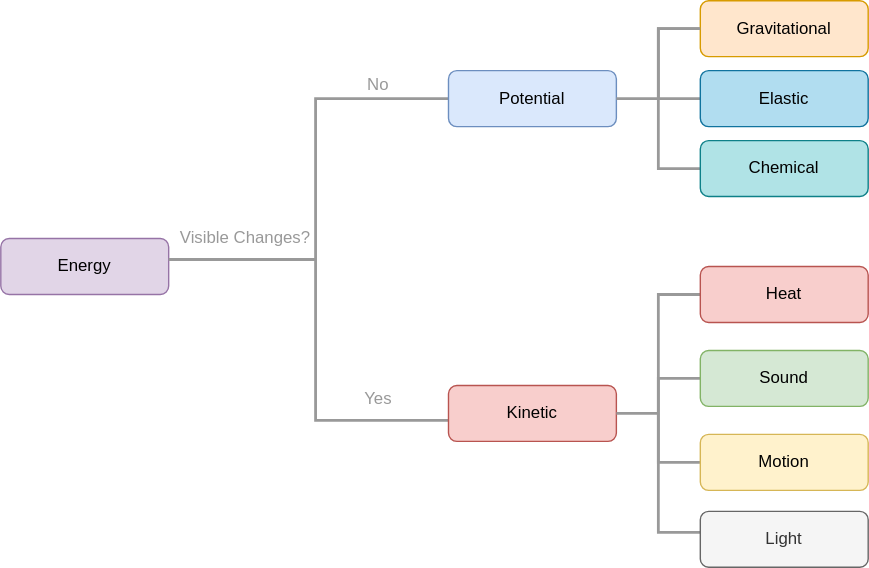
Above: images/svg/energy-tree-diagram.svg in psharma04/schoolnotes-cdn (draw.io), before the change. Source tidied: cells renumbered, new cells last; positions are measured from the earlier drawing's top-left corner, leaving out a move shared by most shapes.
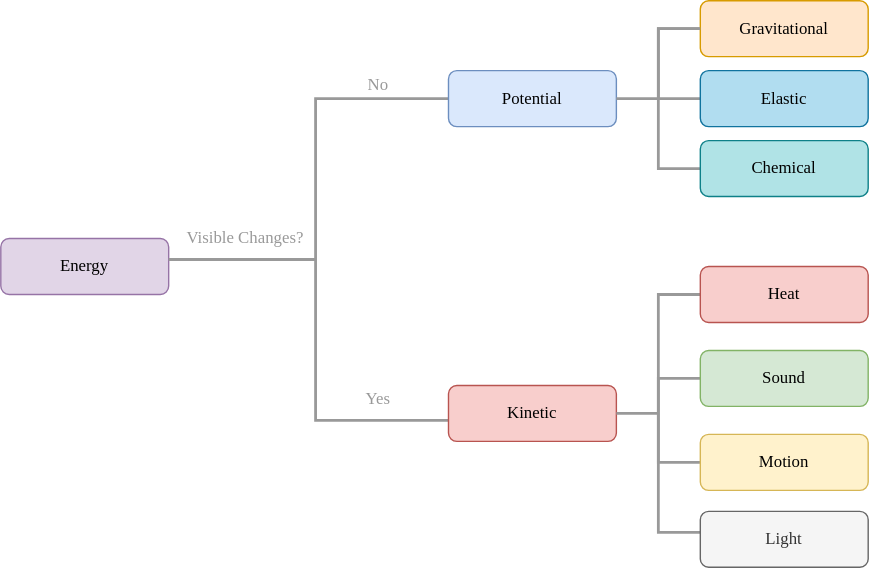
After the commit.

Change to the diagram source:
```diff
@@ -2,40 +2,40 @@
   <root>
     <mxCell id="0" />
     <mxCell id="1" parent="0" />
-    <mxCell id="2" value="Energy" style="rounded=1;whiteSpace=wrap;html=1;fontSize=12;glass=0;strokeWidth=1;shadow=0;fillColor=#e1d5e7;strokeColor=#9673a6;" parent="1" vertex="1">
+    <mxCell id="2" value="&lt;font face=&quot;Ubuntu&quot;&gt;Energy&lt;/font&gt;" style="rounded=1;whiteSpace=wrap;html=1;fontSize=12;glass=0;strokeWidth=1;shadow=0;fillColor=#e1d5e7;strokeColor=#9673a6;" parent="1" vertex="1">
       <mxGeometry y="170" width="120" height="40" as="geometry" />
     </mxCell>
     <mxCell id="3" style="strokeWidth=2;html=1;shape=mxgraph.flowchart.annotation_2;align=left;labelPosition=right;fillColor=none;strokeColor=#999999;" parent="1" vertex="1">
       <mxGeometry x="120" y="70" width="210" height="230" as="geometry" />
     </mxCell>
-    <mxCell id="4" value="Potential" style="rounded=1;whiteSpace=wrap;html=1;fontSize=12;glass=0;strokeWidth=1;shadow=0;fillColor=#dae8fc;strokeColor=#6c8ebf;" parent="1" vertex="1">
+    <mxCell id="4" value="Potential" style="rounded=1;whiteSpace=wrap;html=1;fontSize=12;glass=0;strokeWidth=1;shadow=0;fillColor=#dae8fc;strokeColor=#6c8ebf;fontFamily=Ubuntu;" parent="1" vertex="1">
       <mxGeometry x="320" y="50" width="120" height="40" as="geometry" />
     </mxCell>
-    <mxCell id="5" value="Kinetic" style="rounded=1;whiteSpace=wrap;html=1;fontSize=12;glass=0;strokeWidth=1;shadow=0;fillColor=#f8cecc;strokeColor=#b85450;" parent="1" vertex="1">
+    <mxCell id="5" value="Kinetic" style="rounded=1;whiteSpace=wrap;html=1;fontSize=12;glass=0;strokeWidth=1;shadow=0;fillColor=#f8cecc;strokeColor=#b85450;fontFamily=Ubuntu;" parent="1" vertex="1">
       <mxGeometry x="320" y="275" width="120" height="40" as="geometry" />
     </mxCell>
-    <mxCell id="6" value="Visible Changes?" style="text;html=1;fillColor=none;align=center;verticalAlign=middle;whiteSpace=wrap;rounded=0;fontColor=#999999;" parent="1" vertex="1">
+    <mxCell id="6" value="Visible Changes?" style="text;html=1;fillColor=none;align=center;verticalAlign=middle;whiteSpace=wrap;rounded=0;fontColor=#999999;fontFamily=Ubuntu;" parent="1" vertex="1">
       <mxGeometry x="120" y="160" width="110" height="20" as="geometry" />
     </mxCell>
-    <mxCell id="7" value="Yes" style="text;html=1;strokeColor=none;fillColor=none;align=center;verticalAlign=middle;whiteSpace=wrap;rounded=0;fontColor=#999999;" parent="1" vertex="1">
+    <mxCell id="7" value="Yes" style="text;html=1;strokeColor=none;fillColor=none;align=center;verticalAlign=middle;whiteSpace=wrap;rounded=0;fontColor=#999999;fontFamily=Ubuntu;" parent="1" vertex="1">
       <mxGeometry x="250" y="275" width="40" height="20" as="geometry" />
     </mxCell>
-    <mxCell id="8" value="No" style="text;html=1;strokeColor=none;fillColor=none;align=center;verticalAlign=middle;whiteSpace=wrap;rounded=0;fontColor=#999999;" parent="1" vertex="1">
+    <mxCell id="8" value="No" style="text;html=1;strokeColor=none;fillColor=none;align=center;verticalAlign=middle;whiteSpace=wrap;rounded=0;fontColor=#999999;fontFamily=Ubuntu;" parent="1" vertex="1">
       <mxGeometry x="250" y="50" width="40" height="20" as="geometry" />
     </mxCell>
     <mxCell id="9" style="strokeWidth=2;html=1;shape=mxgraph.flowchart.annotation_2;align=left;labelPosition=right;rotation=0;fillColor=none;fontColor=#999999;strokeColor=#999999;" parent="1" vertex="1">
       <mxGeometry x="440" y="20" width="60" height="100" as="geometry" />
     </mxCell>
-    <mxCell id="10" value="Gravitational" style="rounded=1;whiteSpace=wrap;html=1;fontSize=12;glass=0;strokeWidth=1;shadow=0;fillColor=#ffe6cc;strokeColor=#d79b00;" parent="1" vertex="1">
+    <mxCell id="10" value="Gravitational" style="rounded=1;whiteSpace=wrap;html=1;fontSize=12;glass=0;strokeWidth=1;shadow=0;fillColor=#ffe6cc;strokeColor=#d79b00;fontFamily=Ubuntu;" parent="1" vertex="1">
       <mxGeometry x="500" width="120" height="40" as="geometry" />
     </mxCell>
-    <mxCell id="11" value="Chemical" style="rounded=1;whiteSpace=wrap;html=1;fontSize=12;glass=0;strokeWidth=1;shadow=0;fillColor=#b0e3e6;strokeColor=#0e8088;" parent="1" vertex="1">
+    <mxCell id="11" value="Chemical" style="rounded=1;whiteSpace=wrap;html=1;fontSize=12;glass=0;strokeWidth=1;shadow=0;fillColor=#b0e3e6;strokeColor=#0e8088;fontStyle=0;fontFamily=Ubuntu;" parent="1" vertex="1">
       <mxGeometry x="500" y="100" width="120" height="40" as="geometry" />
     </mxCell>
     <mxCell id="12" style="strokeWidth=2;html=1;shape=mxgraph.flowchart.annotation_1;align=left;fontColor=#FFFFFF;fillColor=none;strokeColor=#999999;" parent="1" vertex="1">
       <mxGeometry x="470" y="20" width="30" height="50" as="geometry" />
     </mxCell>
-    <mxCell id="13" value="Elastic" style="rounded=1;whiteSpace=wrap;html=1;fontSize=12;glass=0;strokeWidth=1;shadow=0;fillColor=#b1ddf0;strokeColor=#10739e;" parent="1" vertex="1">
+    <mxCell id="13" value="Elastic" style="rounded=1;whiteSpace=wrap;html=1;fontSize=12;glass=0;strokeWidth=1;shadow=0;fillColor=#b1ddf0;strokeColor=#10739e;fontFamily=Ubuntu;" parent="1" vertex="1">
       <mxGeometry x="500" y="50" width="120" height="40" as="geometry" />
     </mxCell>
     <mxCell id="14" style="strokeWidth=2;html=1;shape=mxgraph.flowchart.annotation_2;align=left;labelPosition=right;rotation=0;fontColor=#FFFFFF;fillColor=none;strokeColor=#999999;" parent="1" vertex="1">
@@ -44,16 +44,16 @@
     <mxCell id="15" style="strokeWidth=2;html=1;shape=mxgraph.flowchart.annotation_1;align=left;fontColor=#FFFFFF;fillColor=none;strokeColor=#999999;" parent="1" vertex="1">
       <mxGeometry x="470" y="270" width="30" height="60" as="geometry" />
     </mxCell>
-    <mxCell id="16" value="Heat" style="rounded=1;whiteSpace=wrap;html=1;fontSize=12;glass=0;strokeWidth=1;shadow=0;fillColor=#f8cecc;strokeColor=#b85450;" parent="1" vertex="1">
+    <mxCell id="16" value="Heat" style="rounded=1;whiteSpace=wrap;html=1;fontSize=12;glass=0;strokeWidth=1;shadow=0;fillColor=#f8cecc;strokeColor=#b85450;fontFamily=Ubuntu;" parent="1" vertex="1">
       <mxGeometry x="500" y="190" width="120" height="40" as="geometry" />
     </mxCell>
-    <mxCell id="17" value="Sound" style="rounded=1;whiteSpace=wrap;html=1;fontSize=12;glass=0;strokeWidth=1;shadow=0;fillColor=#d5e8d4;strokeColor=#82b366;" parent="1" vertex="1">
+    <mxCell id="17" value="Sound" style="rounded=1;whiteSpace=wrap;html=1;fontSize=12;glass=0;strokeWidth=1;shadow=0;fillColor=#d5e8d4;strokeColor=#82b366;fontFamily=Ubuntu;" parent="1" vertex="1">
       <mxGeometry x="500" y="250" width="120" height="40" as="geometry" />
     </mxCell>
-    <mxCell id="18" value="Motion" style="rounded=1;whiteSpace=wrap;html=1;fontSize=12;glass=0;strokeWidth=1;shadow=0;fillColor=#fff2cc;strokeColor=#d6b656;" parent="1" vertex="1">
+    <mxCell id="18" value="Motion" style="rounded=1;whiteSpace=wrap;html=1;fontSize=12;glass=0;strokeWidth=1;shadow=0;fillColor=#fff2cc;strokeColor=#d6b656;fontFamily=Ubuntu;" parent="1" vertex="1">
       <mxGeometry x="500" y="310" width="120" height="40" as="geometry" />
     </mxCell>
-    <mxCell id="19" value="Light" style="rounded=1;whiteSpace=wrap;html=1;fontSize=12;glass=0;strokeWidth=1;shadow=0;fillColor=#f5f5f5;strokeColor=#666666;fontColor=#333333;" parent="1" vertex="1">
+    <mxCell id="19" value="Light" style="rounded=1;whiteSpace=wrap;html=1;fontSize=12;glass=0;strokeWidth=1;shadow=0;fillColor=#f5f5f5;strokeColor=#666666;fontColor=#333333;fontFamily=Ubuntu;" parent="1" vertex="1">
       <mxGeometry x="500" y="365" width="120" height="40" as="geometry" />
     </mxCell>
   </root>
```
